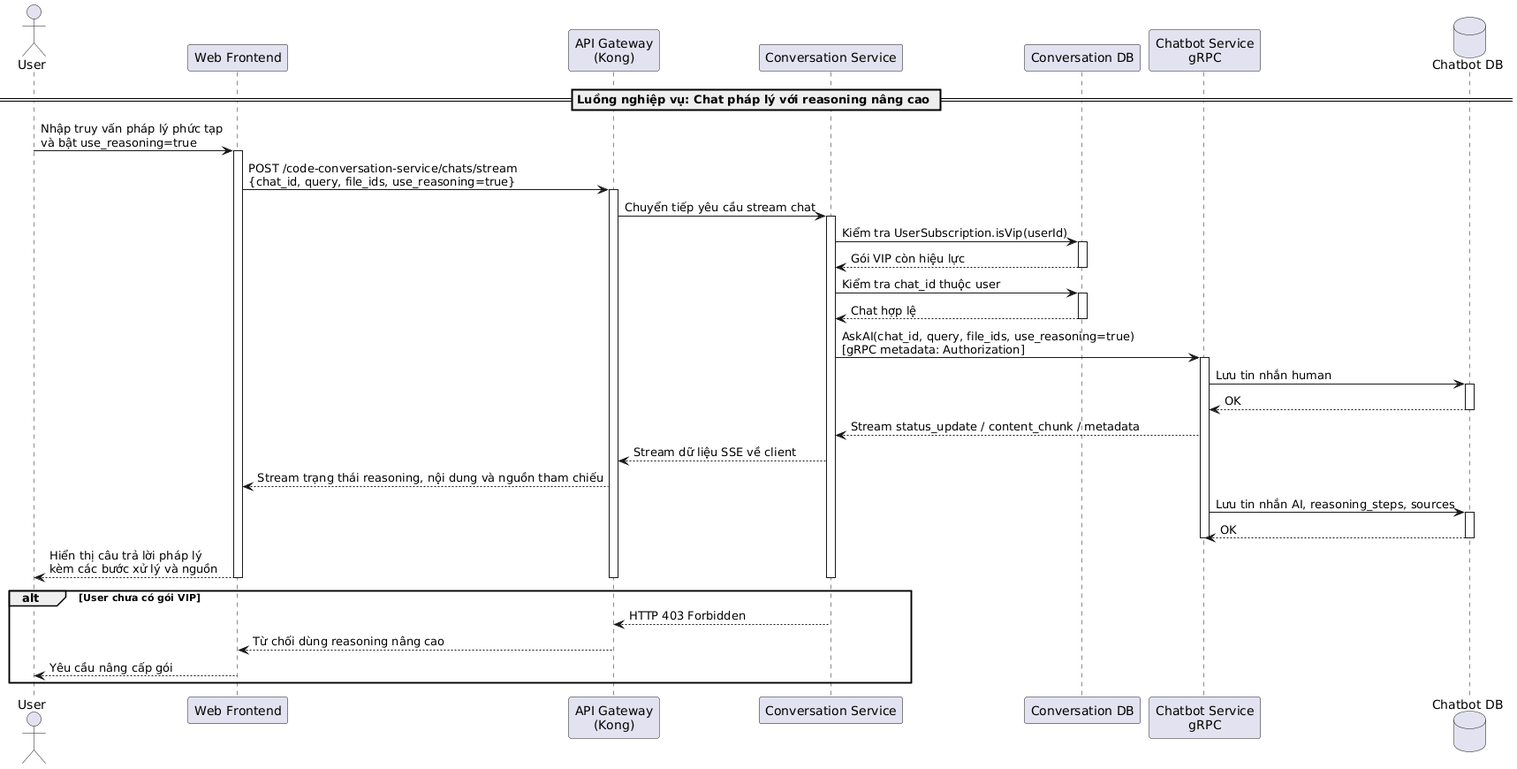
Before: temp/05-sequence/UML-Sequence-35.png, a diagram exported from PlantUML (20206205Tech/docs-uml).
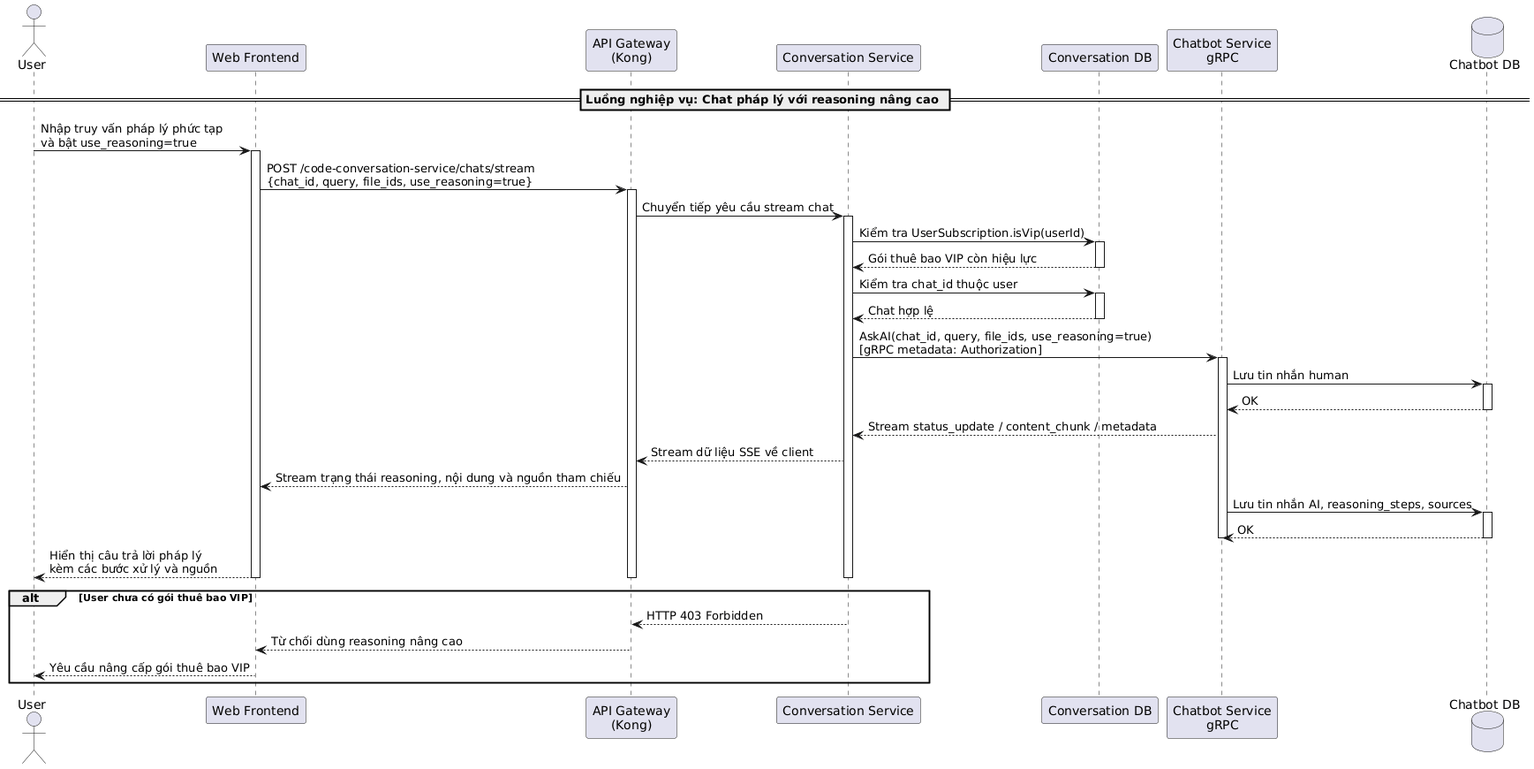
After the commit.

Change to the diagram source:
```diff
@@ -19,7 +19,7 @@
 
 ConversationService -> ConversationDB: Kiểm tra UserSubscription.isVip(userId)
 activate ConversationDB
-ConversationDB --> ConversationService: Gói VIP còn hiệu lực
+ConversationDB --> ConversationService: Gói thuê bao VIP còn hiệu lực
 deactivate ConversationDB
 
 ConversationService -> ConversationDB: Kiểm tra chat_id thuộc user
@@ -49,9 +49,9 @@
 deactivate Kong
 deactivate Frontend
 
-alt User chưa có gói VIP
+alt User chưa có gói thuê bao VIP
     ConversationService --> Kong: HTTP 403 Forbidden
     Kong --> Frontend: Từ chối dùng reasoning nâng cao
-    Frontend --> User: Yêu cầu nâng cấp gói
+    Frontend --> User: Yêu cầu nâng cấp gói thuê bao VIP
 end
 @enduml
```
